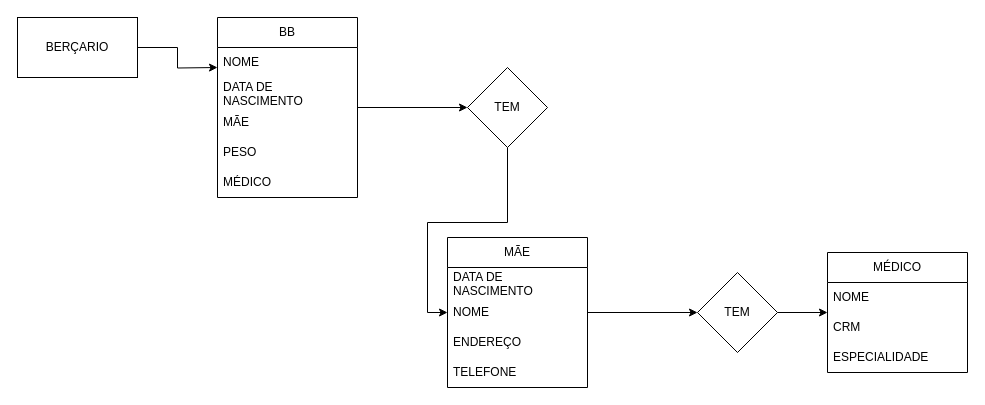
Earlier version of the draw.io diagram DIAGRAMA3.drawio (moranginho2/banco-de-dados). Source tidied: cells renumbered, new cells numbered last; positions are measured from the earlier drawing's top-left corner, leaving out a move shared by most shapes. Both pictures are drawn from the tidied source at 100%, with x=0, y=0 at pixel (17, 17).
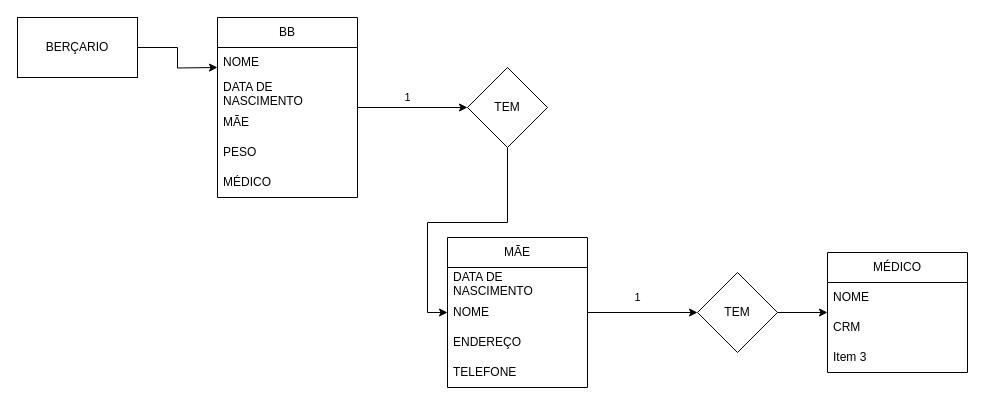
After the change.

The change refers to these unchanged cells:
```xml
<mxCell id="5" value="BB" style="swimlane;fontStyle=0;horizontal=1;startSize=30;whiteSpace=wrap;html=1;" parent="1" vertex="1">
  <mxGeometry x="200" width="140" height="180" as="geometry" />
</mxCell>
<mxCell id="12" value="TEM" style="rhombus;whiteSpace=wrap;html=1;fontStyle=0;startSize=30;" parent="1" vertex="1">
  <mxGeometry x="450" y="50" width="80" height="80" as="geometry" />
</mxCell>
<mxCell id="14" value="MÃE" style="swimlane;fontStyle=0;horizontal=1;startSize=30;whiteSpace=wrap;html=1;" parent="1" vertex="1">
  <mxGeometry x="430" y="220" width="140" height="150" as="geometry" />
</mxCell>
<mxCell id="20" value="TEM" style="rhombus;whiteSpace=wrap;html=1;fontStyle=0;startSize=30;" parent="1" vertex="1">
  <mxGeometry x="680" y="255" width="80" height="80" as="geometry" />
</mxCell>
<mxCell id="21" value="MÉDICO" style="swimlane;fontStyle=0;horizontal=1;startSize=30;whiteSpace=wrap;html=1;" parent="1" vertex="1">
  <mxGeometry x="810" y="235" width="140" height="120" as="geometry" />
</mxCell>
```

Diff of the diagram source:
```diff
@@
-    <mxCell id="4" style="edgeStyle=orthogonalEdgeStyle;rounded=0;jettySize=auto;html=1;" parent="1" edge="1" source="5" target="12">
-      <mxGeometry relative="1" as="geometry" />
+    <mxCell id="4" value="1" style="edgeStyle=orthogonalEdgeStyle;rounded=0;jettySize=auto;html=1;" parent="1" edge="1" source="5" target="12">
+      <mxGeometry x="-0.09" y="10" relative="1" as="geometry" />
     </mxCell>
@@
-    <mxCell id="13" style="edgeStyle=orthogonalEdgeStyle;rounded=0;jettySize=auto;html=1;" parent="1" edge="1" source="14" target="20">
-      <mxGeometry relative="1" as="geometry" />
+    <mxCell id="13" value="1" style="edgeStyle=orthogonalEdgeStyle;rounded=0;jettySize=auto;html=1;" parent="1" edge="1" source="14" target="20">
+      <mxGeometry x="-0.09" y="15" relative="1" as="geometry" />
     </mxCell>
@@
-    <mxCell id="24" value="ESPECIALIDADE" style="text;strokeColor=none;fillColor=none;align=left;verticalAlign=middle;spacingLeft=4;spacingRight=4;overflow=hidden;whiteSpace=wrap;html=1;" parent="21" vertex="1">
+    <mxCell id="24" value="Item 3" style="text;strokeColor=none;fillColor=none;align=left;verticalAlign=middle;spacingLeft=4;spacingRight=4;overflow=hidden;whiteSpace=wrap;html=1;" parent="21" vertex="1">
       <mxGeometry y="90" width="140" height="30" as="geometry" />
     </mxCell>
```
